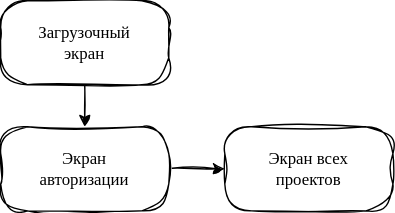
The draw.io diagram docs/images/scheme.svg in FergeSS/itClinicApp, before a commit. Source tidied: cells renumbered, new cells last; positions are measured from the earlier drawing's top-left corner, leaving out a move shared by most shapes. Its diagram source:
```xml
<mxGraphModel>
  <root>
    <mxCell id="0" />
    <mxCell id="1" parent="0" />
    <mxCell id="2" style="rounded=1;whiteSpace=wrap;html=1;glass=0;arcSize=32;sketch=1;curveFitting=1;jiggle=2;" parent="1" vertex="1">
      <mxGeometry width="120" height="60" as="geometry" />
    </mxCell>
    <mxCell id="3" value="&lt;font face=&quot;Comic Sans MS&quot;&gt;Загрузочный&lt;/font&gt;&lt;div&gt;&lt;font face=&quot;Comic Sans MS&quot;&gt;экран&lt;/font&gt;&lt;/div&gt;" style="text;html=1;whiteSpace=wrap;strokeColor=none;fillColor=none;align=center;verticalAlign=middle;rounded=0;" parent="1" vertex="1">
      <mxGeometry x="30" y="15" width="60" height="30" as="geometry" />
    </mxCell>
    <mxCell id="4" style="rounded=1;whiteSpace=wrap;html=1;glass=0;arcSize=32;sketch=1;curveFitting=1;jiggle=2;" parent="1" vertex="1">
      <mxGeometry y="90" width="120" height="60" as="geometry" />
    </mxCell>
    <mxCell id="5" value="&lt;font face=&quot;Comic Sans MS&quot;&gt;Экран авторизации&lt;/font&gt;" style="text;html=1;whiteSpace=wrap;strokeColor=none;fillColor=none;align=center;verticalAlign=middle;rounded=0;" parent="1" vertex="1">
      <mxGeometry x="30" y="105" width="60" height="30" as="geometry" />
    </mxCell>
    <mxCell id="6" style="endArrow=classic;html=1;rounded=0;exitX=0.5;exitY=1;exitDx=0;exitDy=0;entryX=0.5;entryY=0;entryDx=0;entryDy=0;flowAnimation=0;sketch=1;curveFitting=1;jiggle=2;" parent="1" edge="1" source="2" target="4">
      <mxGeometry relative="1" as="geometry" />
    </mxCell>
    <mxCell id="7" style="rounded=1;whiteSpace=wrap;html=1;glass=0;arcSize=32;sketch=1;curveFitting=1;jiggle=2;" parent="1" vertex="1">
      <mxGeometry x="160" y="90" width="120" height="60" as="geometry" />
    </mxCell>
    <mxCell id="8" value="&lt;font face=&quot;Comic Sans MS&quot;&gt;Экран всех проектов&lt;/font&gt;" style="text;html=1;whiteSpace=wrap;strokeColor=none;fillColor=none;align=center;verticalAlign=middle;rounded=0;" parent="1" vertex="1">
      <mxGeometry x="175" y="105" width="90" height="30" as="geometry" />
    </mxCell>
    <mxCell id="9" style="endArrow=classic;html=1;rounded=0;exitX=1.021;exitY=0.493;exitDx=0;exitDy=0;entryX=0;entryY=0.5;entryDx=0;entryDy=0;flowAnimation=0;sketch=1;curveFitting=1;jiggle=2;exitPerimeter=0;" parent="1" edge="1" source="4" target="7">
      <mxGeometry relative="1" as="geometry" />
    </mxCell>
  </root>
</mxGraphModel>
```
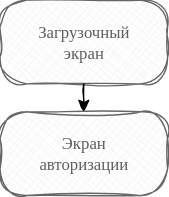
Later version of the same file.

Diff of the diagram source:
```diff
@@ -1,30 +1,21 @@
-<mxGraphModel>
+<mxGraphModel background="light-dark(#FFFFFF,#FFFFFF)">
   <root>
     <mxCell id="0" />
     <mxCell id="1" parent="0" />
-    <mxCell id="2" style="rounded=1;whiteSpace=wrap;html=1;glass=0;arcSize=32;sketch=1;curveFitting=1;jiggle=2;" parent="1" vertex="1">
-      <mxGeometry width="120" height="60" as="geometry" />
-    </mxCell>
+    <mxCell id="10" style="rounded=1;whiteSpace=wrap;html=1;glass=0;arcSize=32;sketch=1;curveFitting=1;jiggle=2;fillColor=light-dark(#F5F5F5,#CFCFCF);strokeColor=#666666;fillStyle=cross-hatch;gradientColor=#b3b3b3;" parent="1" vertex="1">
+      <mxGeometry y="80" width="120" height="60" as="geometry" />
+    </mxCell>
+    <mxCell id="5" value="&lt;font face=&quot;Comic Sans MS&quot;&gt;&lt;span style=&quot;caret-color: rgb(94, 94, 94); color: light-dark(rgb(94, 94, 94), rgb(68, 68, 68));&quot;&gt;Экран авторизации&lt;/span&gt;&lt;/font&gt;" style="text;html=1;whiteSpace=wrap;strokeColor=none;fillColor=none;align=center;verticalAlign=middle;rounded=0;" parent="1" vertex="1">
+      <mxGeometry x="30" y="95" width="60" height="30" as="geometry" />
+    </mxCell>
+    <mxCell id="11" style="rounded=1;whiteSpace=wrap;html=1;glass=0;arcSize=32;sketch=1;curveFitting=1;jiggle=2;fillColor=light-dark(#F5F5F5,#CFCFCF);strokeColor=#666666;fillStyle=cross-hatch;gradientColor=#b3b3b3;" parent="1" vertex="1">
+      <mxGeometry width="120" height="60" as="geometry" />
+    </mxCell>
-    <mxCell id="3" value="&lt;font face=&quot;Comic Sans MS&quot;&gt;Загрузочный&lt;/font&gt;&lt;div&gt;&lt;font face=&quot;Comic Sans MS&quot;&gt;экран&lt;/font&gt;&lt;/div&gt;" style="text;html=1;whiteSpace=wrap;strokeColor=none;fillColor=none;align=center;verticalAlign=middle;rounded=0;" parent="1" vertex="1">
+    <mxCell id="3" value="&lt;font face=&quot;Comic Sans MS&quot;&gt;&lt;span style=&quot;caret-color: rgb(94, 94, 94); color: light-dark(rgb(94, 94, 94), rgb(68, 68, 68));&quot;&gt;Загрузочный экран&lt;/span&gt;&lt;/font&gt;" style="text;html=1;whiteSpace=wrap;strokeColor=none;fillColor=none;align=center;verticalAlign=middle;rounded=0;" parent="1" vertex="1">
       <mxGeometry x="30" y="15" width="60" height="30" as="geometry" />
     </mxCell>
-    <mxCell id="4" style="rounded=1;whiteSpace=wrap;html=1;glass=0;arcSize=32;sketch=1;curveFitting=1;jiggle=2;" parent="1" vertex="1">
-      <mxGeometry y="90" width="120" height="60" as="geometry" />
-    </mxCell>
-    <mxCell id="5" value="&lt;font face=&quot;Comic Sans MS&quot;&gt;Экран авторизации&lt;/font&gt;" style="text;html=1;whiteSpace=wrap;strokeColor=none;fillColor=none;align=center;verticalAlign=middle;rounded=0;" parent="1" vertex="1">
-      <mxGeometry x="30" y="105" width="60" height="30" as="geometry" />
-    </mxCell>
-    <mxCell id="6" style="endArrow=classic;html=1;rounded=0;exitX=0.5;exitY=1;exitDx=0;exitDy=0;entryX=0.5;entryY=0;entryDx=0;entryDy=0;flowAnimation=0;sketch=1;curveFitting=1;jiggle=2;" parent="1" edge="1" source="2" target="4">
-      <mxGeometry relative="1" as="geometry" />
-    </mxCell>
-    <mxCell id="7" style="rounded=1;whiteSpace=wrap;html=1;glass=0;arcSize=32;sketch=1;curveFitting=1;jiggle=2;" parent="1" vertex="1">
-      <mxGeometry x="160" y="90" width="120" height="60" as="geometry" />
-    </mxCell>
-    <mxCell id="8" value="&lt;font face=&quot;Comic Sans MS&quot;&gt;Экран всех проектов&lt;/font&gt;" style="text;html=1;whiteSpace=wrap;strokeColor=none;fillColor=none;align=center;verticalAlign=middle;rounded=0;" parent="1" vertex="1">
-      <mxGeometry x="175" y="105" width="90" height="30" as="geometry" />
-    </mxCell>
-    <mxCell id="9" style="endArrow=classic;html=1;rounded=0;exitX=1.021;exitY=0.493;exitDx=0;exitDy=0;entryX=0;entryY=0.5;entryDx=0;entryDy=0;flowAnimation=0;sketch=1;curveFitting=1;jiggle=2;exitPerimeter=0;" parent="1" edge="1" source="4" target="7">
-      <mxGeometry relative="1" as="geometry" />
-    </mxCell>
+    <mxCell id="12" style="endArrow=classic;html=1;rounded=1;exitX=0.5;exitY=1;exitDx=0;exitDy=0;entryX=0.5;entryY=0;entryDx=0;entryDy=0;sketch=1;curveFitting=1;jiggle=2;strokeColor=light-dark(#000000,#808080);curved=0;" parent="1" edge="1" source="11" target="10">
+      <mxGeometry relative="1" as="geometry" />
+    </mxCell>
   </root>
 </mxGraphModel>
```
